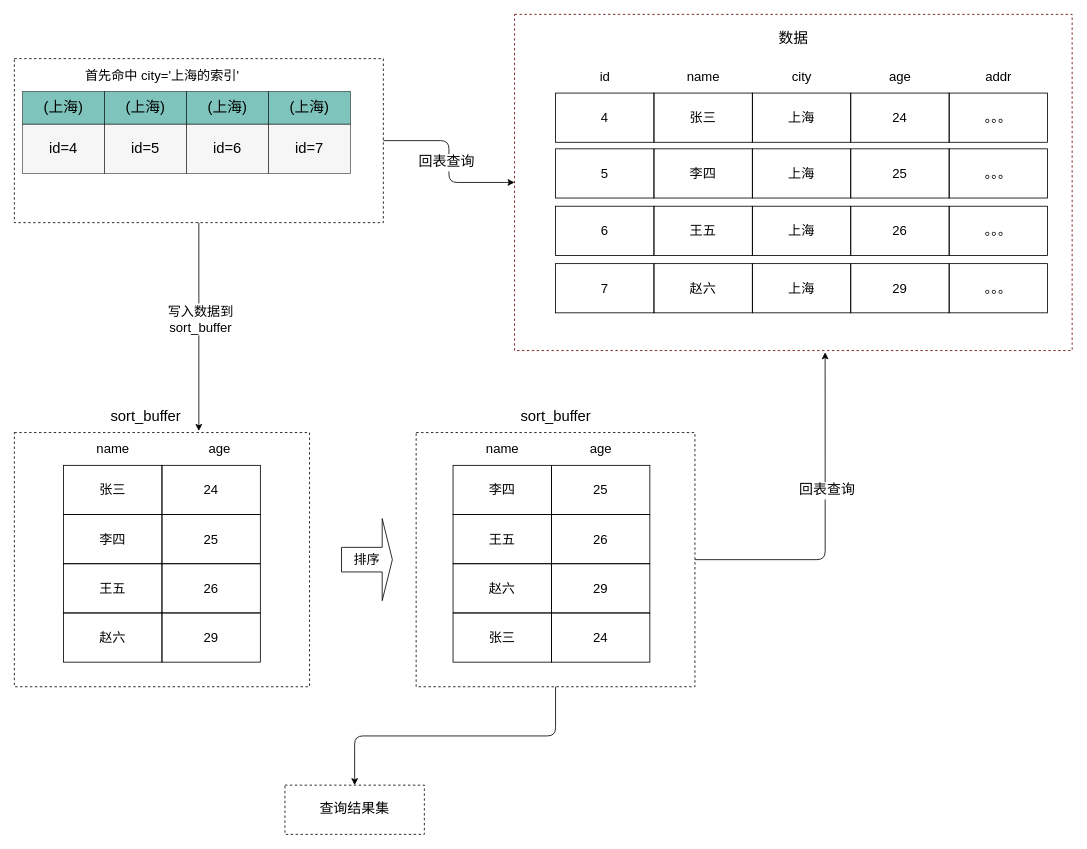
Above: page "mysql-order-by-rowid" (1 of 36) of mysql/mysql.drawio in boilingfrog/Go-POINT (draw.io), before the change. Source tidied: cells renumbered, new cells numbered last; positions are measured from the earlier drawing's top-left corner, leaving out a move shared by most shapes. Both pictures are drawn from the tidied source at 82%, with x=0, y=0 at pixel (14, 14).
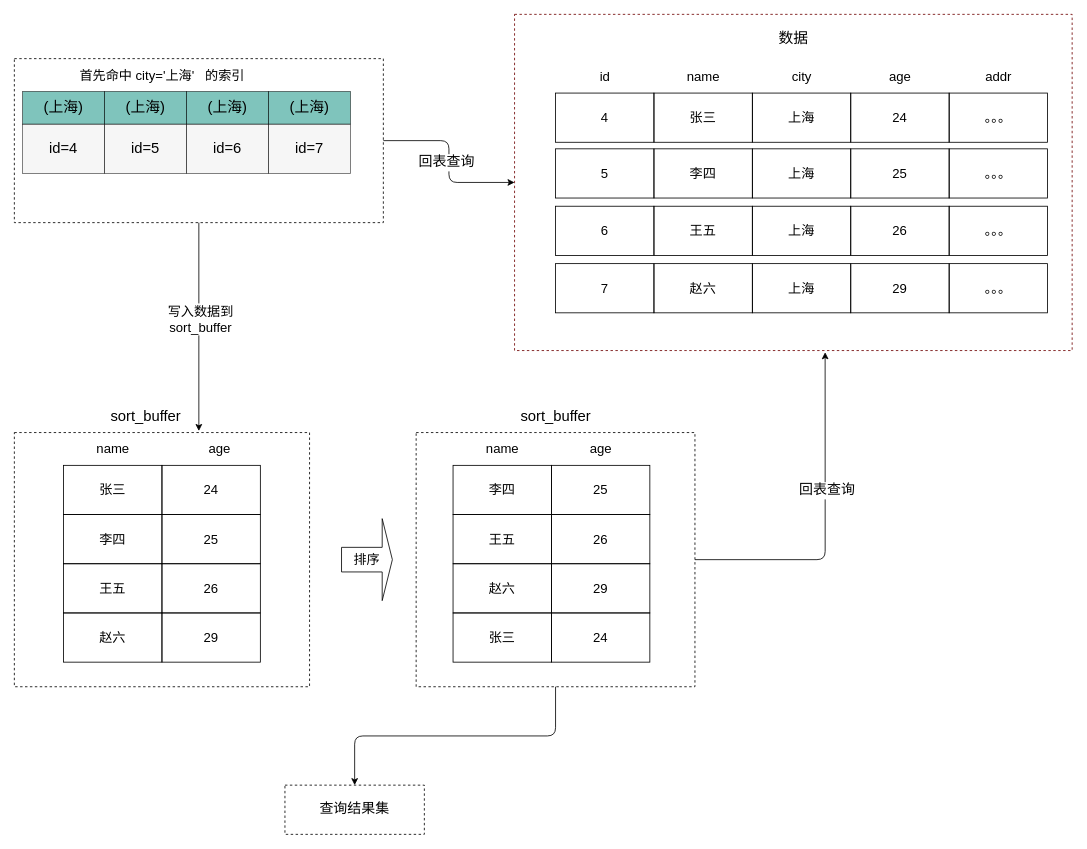
The same page after the edit.

What changed in the source:
```diff
@@
-    <mxCell id="68" value="首先命中 city='上海的索引'" style="text;html=1;align=center;verticalAlign=middle;strokeColor=none;fillColor=none;fontSize=16;" parent="1" vertex="1">
-      <mxGeometry x="80" y="64" width="200" height="20" as="geometry" />
+    <mxCell id="68" value="首先命中 city='上海'&amp;nbsp; &amp;nbsp;的索引" style="text;html=1;align=center;verticalAlign=middle;strokeColor=none;fillColor=none;fontSize=16;" parent="1" vertex="1">
+      <mxGeometry x="70" y="64" width="220" height="20" as="geometry" />
     </mxCell>
```
